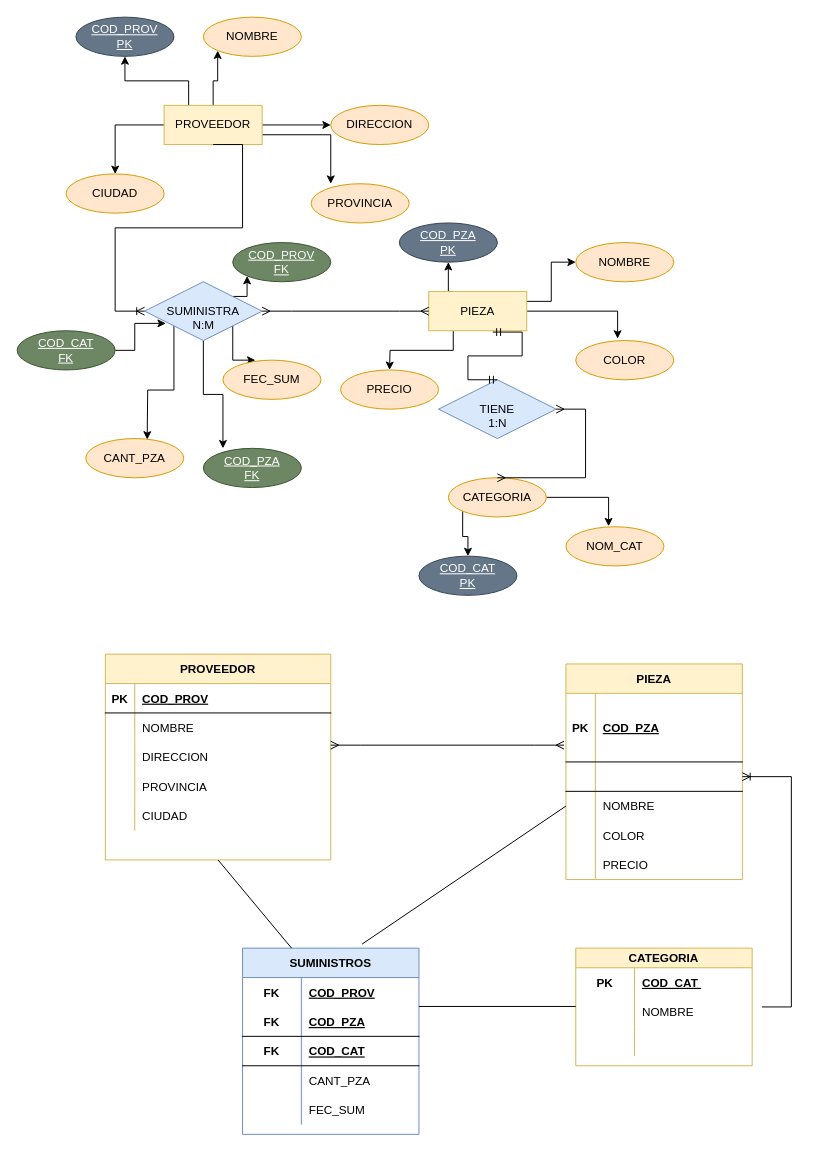
The draw.io diagram BD_ProyectoFinal.drawio in AOlmosPilares/Base-de-Datos, before the edit. Source tidied: cells renumbered, new cells numbered last; positions are measured from the earlier drawing's top-left corner, leaving out a move shared by most shapes. Both pictures are drawn from the tidied source at 98%, with x=0, y=0 at pixel (17, 17).
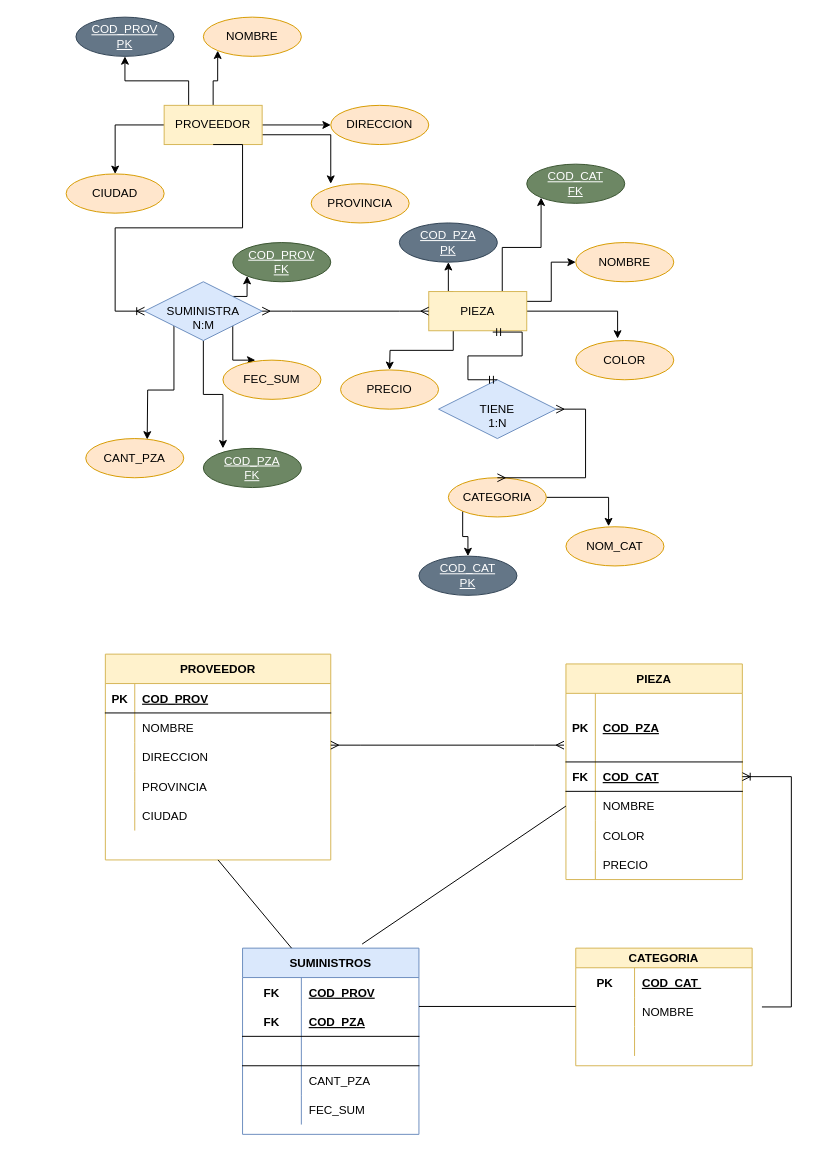
Above is the later version.

Unchanged cells that the change refers to:
```xml
<mxCell id="17" value="SUMINISTRA" style="shape=rhombus;perimeter=rhombusPerimeter;whiteSpace=wrap;html=1;align=center;fillColor=#dae8fc;strokeColor=#6c8ebf;" parent="1" vertex="1">
  <mxGeometry x="130" y="270" width="120" height="60" as="geometry" />
</mxCell>
<mxCell id="22" value="PIEZA" style="whiteSpace=wrap;html=1;align=center;fillColor=#fff2cc;strokeColor=#d6b656;" parent="1" vertex="1">
  <mxGeometry x="420" y="280" width="100" height="40" as="geometry" />
</mxCell>
<mxCell id="63" style="shape=tableRow;horizontal=0;startSize=0;swimlaneHead=0;swimlaneBody=0;fillColor=none;points=[[0,0.5],[1,0.5]];portConstraint=eastwest;top=0;left=0;right=0;bottom=1;" parent="59" vertex="1">
  <mxGeometry y="100" width="180" height="30" as="geometry" />
</mxCell>
<mxCell id="92" style="shape=tableRow;horizontal=0;startSize=0;swimlaneHead=0;swimlaneBody=0;fillColor=none;top=0;left=0;right=0;bottom=1;" parent="85" vertex="1">
  <mxGeometry y="90" width="180" height="30" as="geometry" />
</mxCell>
```

Diff of the diagram source:
```diff
@@
+    <mxCell id="108" style="edgeStyle=orthogonalEdgeStyle;rounded=0;jettySize=auto;html=1;exitX=0.75;exitY=0;exitDx=0;exitDy=0;entryX=0;entryY=1;entryDx=0;entryDy=0;" parent="1" edge="1" source="22" target="42">
+      <mxGeometry relative="1" as="geometry" />
+    </mxCell>
@@
-    <mxCell id="41" style="edgeStyle=orthogonalEdgeStyle;rounded=0;jettySize=auto;html=1;exitX=1;exitY=0.5;exitDx=0;exitDy=0;entryX=0.181;entryY=0.708;entryDx=0;entryDy=0;entryPerimeter=0;" parent="1" edge="1" source="42" target="17">
-      <mxGeometry relative="1" as="geometry" />
-    </mxCell>
     <mxCell id="42" value="COD_CAT&lt;br&gt;FK" style="ellipse;whiteSpace=wrap;html=1;align=center;fontStyle=4;fillColor=#6d8764;fontColor=#ffffff;strokeColor=#3A5431;" parent="1" vertex="1">
-      <mxGeometry y="320" width="100" height="40" as="geometry" />
+      <mxGeometry x="520" y="150" width="100" height="40" as="geometry" />
     </mxCell>
@@
-    <mxCell id="64" style="shape=partialRectangle;fillColor=none;top=0;left=0;bottom=0;right=0;fontStyle=1;overflow=hidden;" parent="63" vertex="1">
+    <mxCell id="64" value="FK" style="shape=partialRectangle;fillColor=none;top=0;left=0;bottom=0;right=0;fontStyle=1;overflow=hidden;" parent="63" vertex="1">
       <mxGeometry width="30" height="30" as="geometry" />
     </mxCell>
-    <mxCell id="65" style="shape=partialRectangle;fillColor=none;top=0;left=0;bottom=0;right=0;align=left;spacingLeft=6;fontStyle=5;overflow=hidden;" parent="63" vertex="1">
+    <mxCell id="65" value="COD_CAT" style="shape=partialRectangle;fillColor=none;top=0;left=0;bottom=0;right=0;align=left;spacingLeft=6;fontStyle=5;overflow=hidden;" parent="63" vertex="1">
       <mxGeometry x="30" width="150" height="30" as="geometry" />
     </mxCell>
@@
-    <mxCell id="93" value="FK" style="shape=partialRectangle;fillColor=none;top=0;left=0;bottom=0;right=0;fontStyle=1;overflow=hidden;" parent="92" vertex="1">
+    <mxCell id="93" style="shape=partialRectangle;fillColor=none;top=0;left=0;bottom=0;right=0;fontStyle=1;overflow=hidden;" parent="92" vertex="1">
       <mxGeometry width="60" height="30" as="geometry" />
     </mxCell>
-    <mxCell id="94" value="COD_CAT" style="shape=partialRectangle;fillColor=none;top=0;left=0;bottom=0;right=0;align=left;spacingLeft=6;fontStyle=5;overflow=hidden;" parent="92" vertex="1">
+    <mxCell id="94" style="shape=partialRectangle;fillColor=none;top=0;left=0;bottom=0;right=0;align=left;spacingLeft=6;fontStyle=5;overflow=hidden;" parent="92" vertex="1">
       <mxGeometry x="60" width="120" height="30" as="geometry" />
     </mxCell>
```
